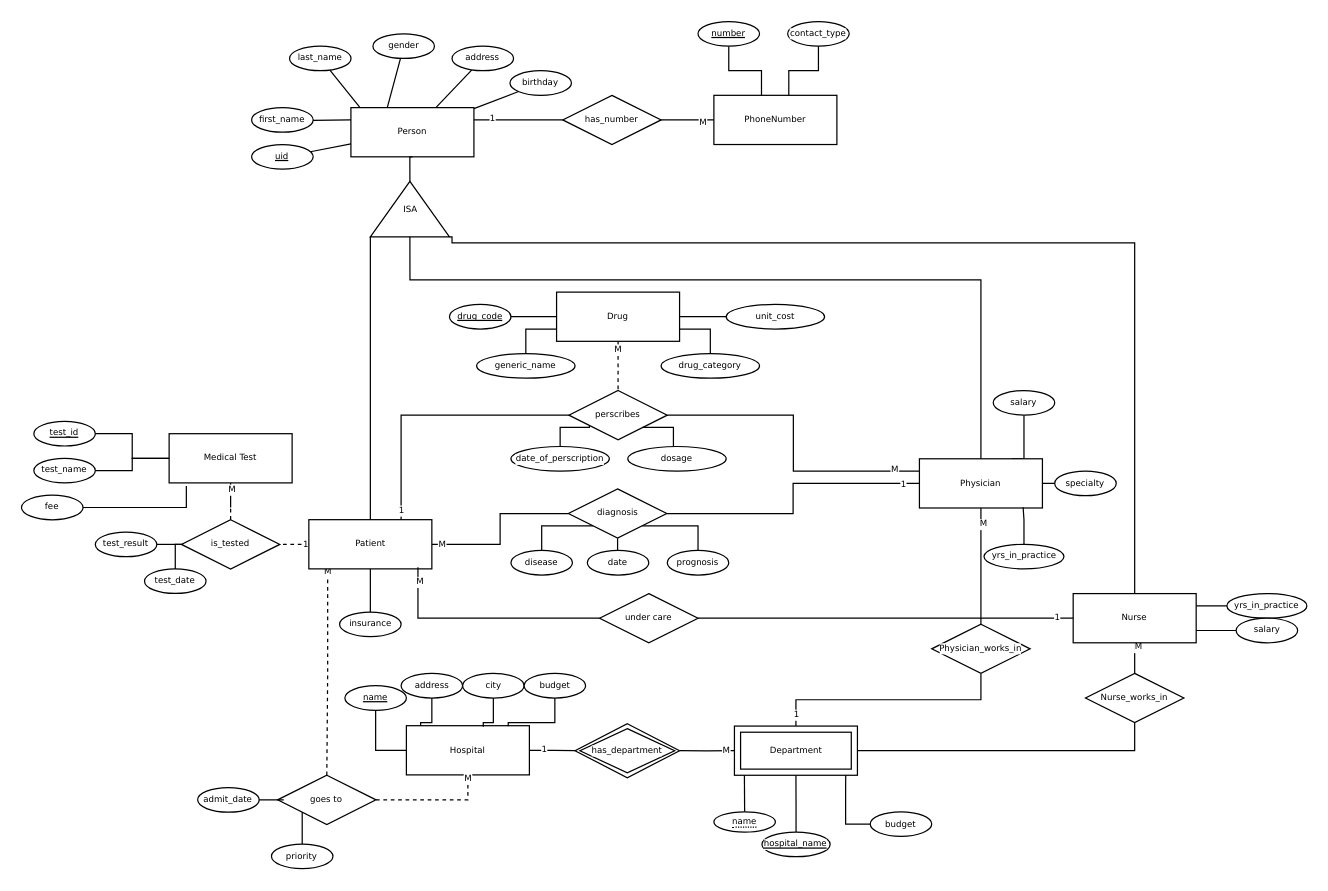
Before: DatabasesA1.drawio in functionzz/Databases, a draw.io diagram. Source tidied: cells renumbered, new cells numbered last; positions are measured from the earlier drawing's top-left corner, leaving out a move shared by most shapes. Both pictures are drawn from the tidied source at 123%, with x=0, y=0 at pixel (21, 21).
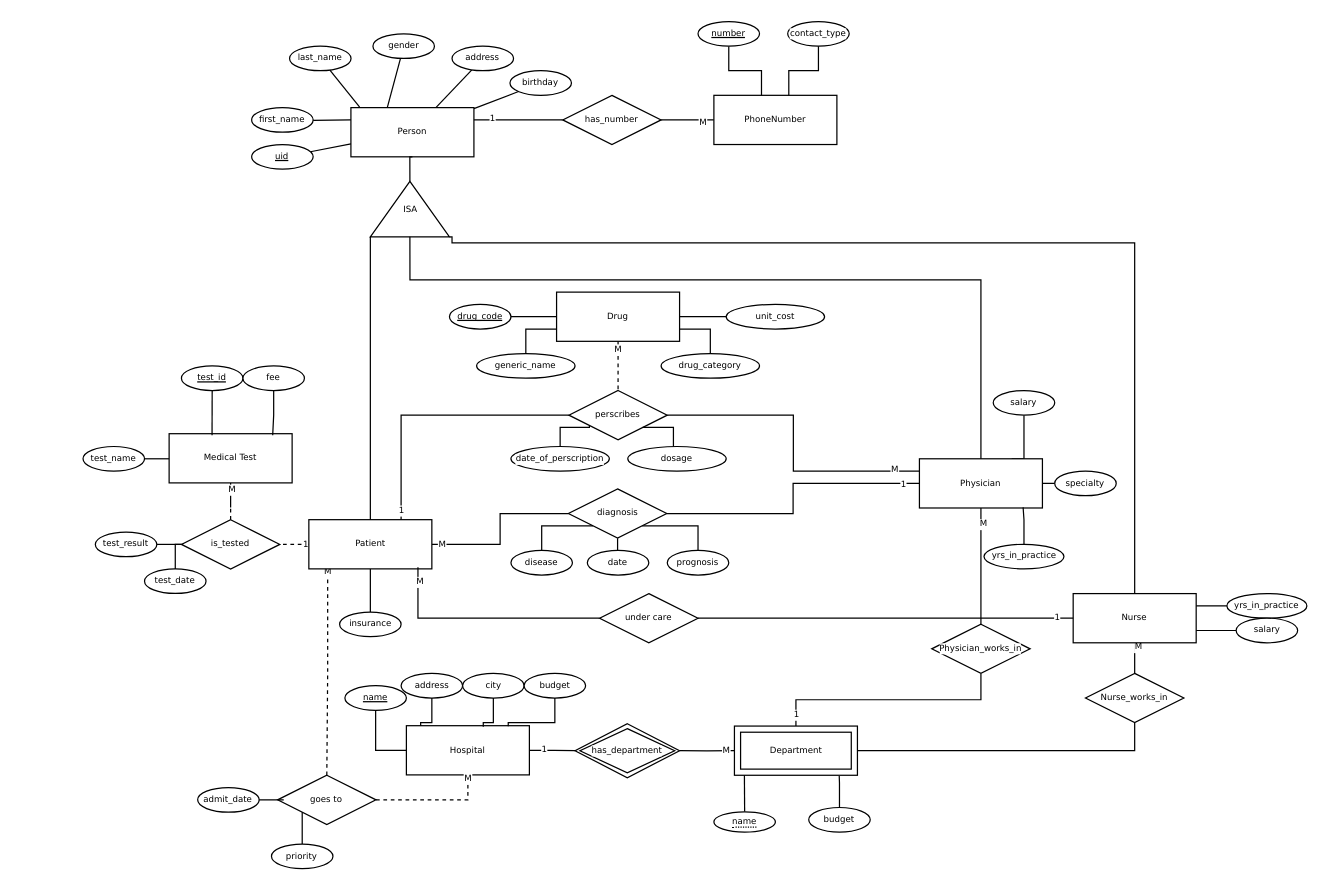
After the change.

Unchanged cells that the change refers to:
```xml
<mxCell id="96" value="Medical Test" style="whiteSpace=wrap;html=1;align=center;strokeColor=default;verticalAlign=middle;fontFamily=Verdana;fontSize=7;fontColor=default;labelBackgroundColor=default;fillColor=default;" parent="1" vertex="1">
  <mxGeometry x="120" y="335.1" width="100" height="40" as="geometry" />
</mxCell>
<mxCell id="103" value="Department" style="shape=ext;margin=3;double=1;whiteSpace=wrap;html=1;align=center;fontFamily=Verdana;fontSize=7;fontColor=default;labelBackgroundColor=default;" parent="1" vertex="1">
  <mxGeometry x="579.6" y="572.8" width="100" height="40" as="geometry" />
</mxCell>
```

The edit, as a diff of the source:
```diff
@@
-    <mxCell id="70" style="edgeStyle=orthogonalEdgeStyle;shape=connector;rounded=0;jettySize=auto;html=1;entryX=0.5;entryY=1;entryDx=0;entryDy=0;strokeColor=default;align=center;verticalAlign=top;fontFamily=Verdana;fontSize=7;fontColor=default;labelBackgroundColor=default;startFill=0;endArrow=none;" parent="1" edge="1" source="71" target="103">
-      <mxGeometry relative="1" as="geometry" />
-    </mxCell>
-    <mxCell id="71" value="hospital_name" style="ellipse;whiteSpace=wrap;html=1;align=center;fontStyle=4;strokeColor=default;verticalAlign=middle;fontFamily=Verdana;fontSize=7;fontColor=default;labelBackgroundColor=default;fillColor=default;" parent="1" vertex="1">
-      <mxGeometry x="602" y="659" width="55.4" height="20" as="geometry" />
-    </mxCell>
-    <mxCell id="72" style="edgeStyle=orthogonalEdgeStyle;shape=connector;rounded=0;jettySize=auto;html=1;strokeColor=default;align=center;verticalAlign=top;fontFamily=Verdana;fontSize=7;fontColor=default;labelBackgroundColor=default;startFill=0;endArrow=none;entryX=0.905;entryY=0.976;entryDx=0;entryDy=0;entryPerimeter=0;" parent="1" edge="1" source="73" target="103">
+    <mxCell id="72" style="edgeStyle=orthogonalEdgeStyle;shape=connector;rounded=0;jettySize=auto;html=1;strokeColor=default;align=center;verticalAlign=top;fontFamily=Verdana;fontSize=7;fontColor=default;labelBackgroundColor=default;startFill=0;endArrow=none;entryX=0.852;entryY=1.016;entryDx=0;entryDy=0;entryPerimeter=0;" parent="1" edge="1" source="73" target="103">
       <mxGeometry relative="1" as="geometry" />
     </mxCell>
     <mxCell id="73" value="budget" style="ellipse;whiteSpace=wrap;html=1;align=center;strokeColor=default;verticalAlign=middle;fontFamily=Verdana;fontSize=7;fontColor=default;labelBackgroundColor=default;fillColor=default;" parent="1" vertex="1">
-      <mxGeometry x="690" y="642.5" width="50" height="20" as="geometry" />
+      <mxGeometry x="640" y="639" width="50" height="20" as="geometry" />
     </mxCell>
@@
-    <mxCell id="97" style="edgeStyle=orthogonalEdgeStyle;shape=connector;rounded=0;jettySize=auto;html=1;entryX=0;entryY=0.5;entryDx=0;entryDy=0;strokeColor=default;align=center;verticalAlign=top;fontFamily=Verdana;fontSize=7;fontColor=default;labelBackgroundColor=default;startFill=0;endArrow=none;" parent="1" edge="1" source="98" target="96">
+    <mxCell id="97" style="edgeStyle=orthogonalEdgeStyle;shape=connector;rounded=0;jettySize=auto;html=1;strokeColor=default;align=center;verticalAlign=top;fontFamily=Verdana;fontSize=7;fontColor=default;labelBackgroundColor=default;startFill=0;endArrow=none;exitX=0.5;exitY=1;exitDx=0;exitDy=0;entryX=0.349;entryY=0.031;entryDx=0;entryDy=0;entryPerimeter=0;" parent="1" edge="1" source="98" target="96">
       <mxGeometry relative="1" as="geometry" />
     </mxCell>
     <mxCell id="98" value="test_id" style="ellipse;whiteSpace=wrap;html=1;align=center;fontStyle=4;strokeColor=default;verticalAlign=middle;fontFamily=Verdana;fontSize=7;fontColor=default;labelBackgroundColor=default;fillColor=default;" parent="1" vertex="1">
-      <mxGeometry x="10" y="325.1" width="50" height="20" as="geometry" />
+      <mxGeometry x="130" y="280" width="50" height="20" as="geometry" />
     </mxCell>
@@
     <mxCell id="100" value="test_name" style="ellipse;whiteSpace=wrap;html=1;align=center;strokeColor=default;verticalAlign=middle;fontFamily=Verdana;fontSize=7;fontColor=default;labelBackgroundColor=default;fillColor=default;" parent="1" vertex="1">
-      <mxGeometry x="10" y="355.1" width="50" height="20" as="geometry" />
+      <mxGeometry x="50" y="345.5" width="50" height="20" as="geometry" />
     </mxCell>
     <mxCell id="101" value="fee" style="ellipse;whiteSpace=wrap;html=1;align=center;strokeColor=default;verticalAlign=middle;fontFamily=Verdana;fontSize=7;fontColor=default;labelBackgroundColor=default;fillColor=default;" parent="1" vertex="1">
-      <mxGeometry y="385.1" width="50" height="20" as="geometry" />
+      <mxGeometry x="180" y="280" width="50" height="20" as="geometry" />
     </mxCell>
@@
-    <mxCell id="109" style="edgeStyle=orthogonalEdgeStyle;shape=connector;rounded=0;jettySize=auto;html=1;entryX=0.14;entryY=1.063;entryDx=0;entryDy=0;entryPerimeter=0;strokeColor=default;align=center;verticalAlign=top;fontFamily=Verdana;fontSize=7;fontColor=default;labelBackgroundColor=default;startFill=0;endArrow=none;" parent="1" edge="1" source="101" target="96">
+    <mxCell id="109" style="edgeStyle=orthogonalEdgeStyle;shape=connector;rounded=0;jettySize=auto;html=1;entryX=0.842;entryY=0.031;entryDx=0;entryDy=0;strokeColor=default;align=center;verticalAlign=top;fontFamily=Verdana;fontSize=7;fontColor=default;labelBackgroundColor=default;startFill=0;endArrow=none;entryPerimeter=0;" parent="1" edge="1" source="101" target="96">
       <mxGeometry relative="1" as="geometry" />
     </mxCell>
```
